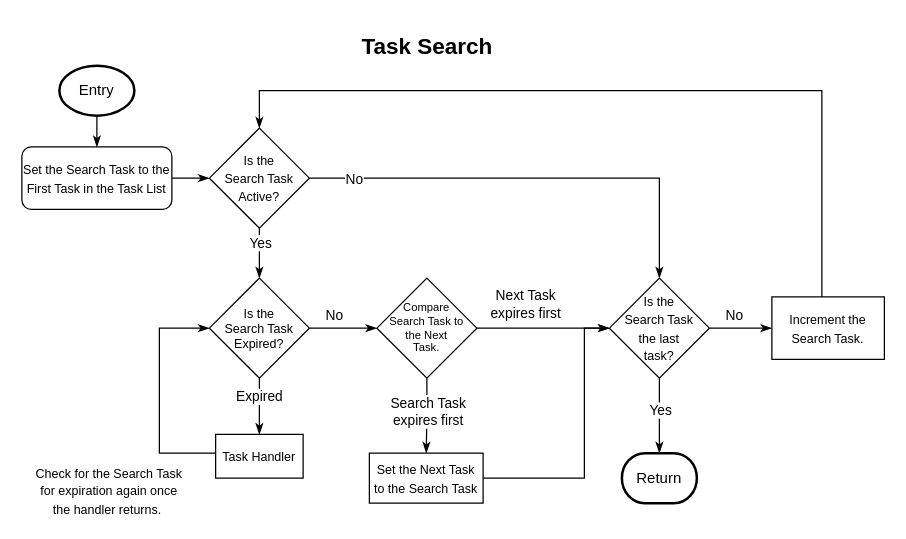
Above: docs/img/task_search.drawio in elemprod/lptask (draw.io), before the change. Source tidied: cells renumbered, new cells numbered last; positions are measured from the earlier drawing's top-left corner, leaving out a move shared by most shapes. Both pictures are drawn from the tidied source at 125%, with x=0, y=0 at pixel (21, 21).
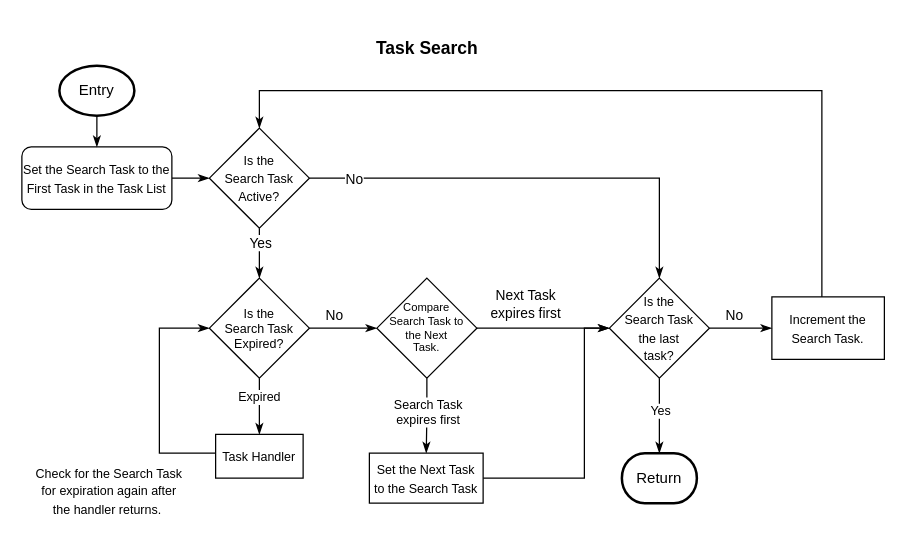
After the change.

The change refers to these unchanged cells:
```xml
<mxCell id="8" style="endArrow=classicThin;html=1;rounded=0;entryX=0.5;entryY=0;entryDx=0;entryDy=0;exitX=0.5;exitY=1;exitDx=0;exitDy=0;endFill=1;" parent="1" edge="1" target="7">
  <mxGeometry relative="1" as="geometry">
    <mxPoint x="190" y="285" as="sourcePoint" />
  </mxGeometry>
</mxCell>
<mxCell id="10" style="edgeStyle=orthogonalEdgeStyle;rounded=0;jettySize=auto;html=1;entryX=0.5;entryY=0;entryDx=0;entryDy=0;endArrow=classicThin;endFill=1;" parent="1" edge="1" source="14" target="23">
  <mxGeometry relative="1" as="geometry" />
</mxCell>
<mxCell id="19" style="edgeStyle=orthogonalEdgeStyle;rounded=0;jettySize=auto;html=1;entryX=0.5;entryY=0;entryDx=0;entryDy=0;entryPerimeter=0;endArrow=classicThin;endFill=1;" parent="1" edge="1" source="21" target="25">
  <mxGeometry relative="1" as="geometry" />
</mxCell>
```

Change to the diagram source:
```diff
@@
-    <mxCell id="9" value="Expired" style="edgeLabel;html=1;align=center;verticalAlign=middle;" parent="8" vertex="1">
+    <mxCell id="9" value="Expired" style="edgeLabel;html=1;align=center;verticalAlign=middle;fontSize=10;" parent="8" vertex="1">
       <mxGeometry x="-0.38" y="-1" relative="1" as="geometry" />
     </mxCell>
@@
-    <mxCell id="11" value="Search Task&lt;br&gt;expires first" style="edgeLabel;html=1;align=center;verticalAlign=middle;" parent="10" vertex="1">
+    <mxCell id="11" value="Search Task&lt;br style=&quot;font-size: 10px;&quot;&gt;expires first" style="edgeLabel;html=1;align=center;verticalAlign=middle;fontSize=10;" parent="10" vertex="1">
       <mxGeometry x="-0.14" relative="1" as="geometry" />
     </mxCell>
@@
-    <mxCell id="17" value="&lt;font style=&quot;font-size: 10px;&quot;&gt;Check for the Search Task for expiration again once the handler returns.&amp;nbsp;&lt;/font&gt;" style="text;html=1;strokeColor=none;fillColor=none;align=center;verticalAlign=middle;whiteSpace=wrap;rounded=0;" parent="1" vertex="1">
+    <mxCell id="17" value="&lt;font style=&quot;font-size: 10px;&quot;&gt;Check for the Search Task for expiration again after the handler returns.&amp;nbsp;&lt;/font&gt;" style="text;html=1;strokeColor=none;fillColor=none;align=center;verticalAlign=middle;whiteSpace=wrap;rounded=0;" parent="1" vertex="1">
       <mxGeometry x="10" y="355" width="120" height="40" as="geometry" />
     </mxCell>
@@
-    <mxCell id="20" value="Yes" style="edgeLabel;html=1;align=center;verticalAlign=middle;" parent="19" vertex="1">
+    <mxCell id="20" value="Yes" style="edgeLabel;html=1;align=center;verticalAlign=middle;fontSize=10;" parent="19" vertex="1">
       <mxGeometry x="-0.18" relative="1" as="geometry" />
     </mxCell>
@@
-    <mxCell id="33" value="Task Search" style="text;strokeColor=none;fillColor=none;html=1;fontSize=18;fontStyle=1;verticalAlign=middle;align=center;" parent="1" vertex="1">
+    <mxCell id="33" value="&lt;font style=&quot;font-size: 14px;&quot;&gt;Task Search&lt;/font&gt;" style="text;strokeColor=none;fillColor=none;html=1;fontSize=18;fontStyle=1;verticalAlign=middle;align=center;" parent="1" vertex="1">
       <mxGeometry x="274" width="100" height="40" as="geometry" />
     </mxCell>
```
